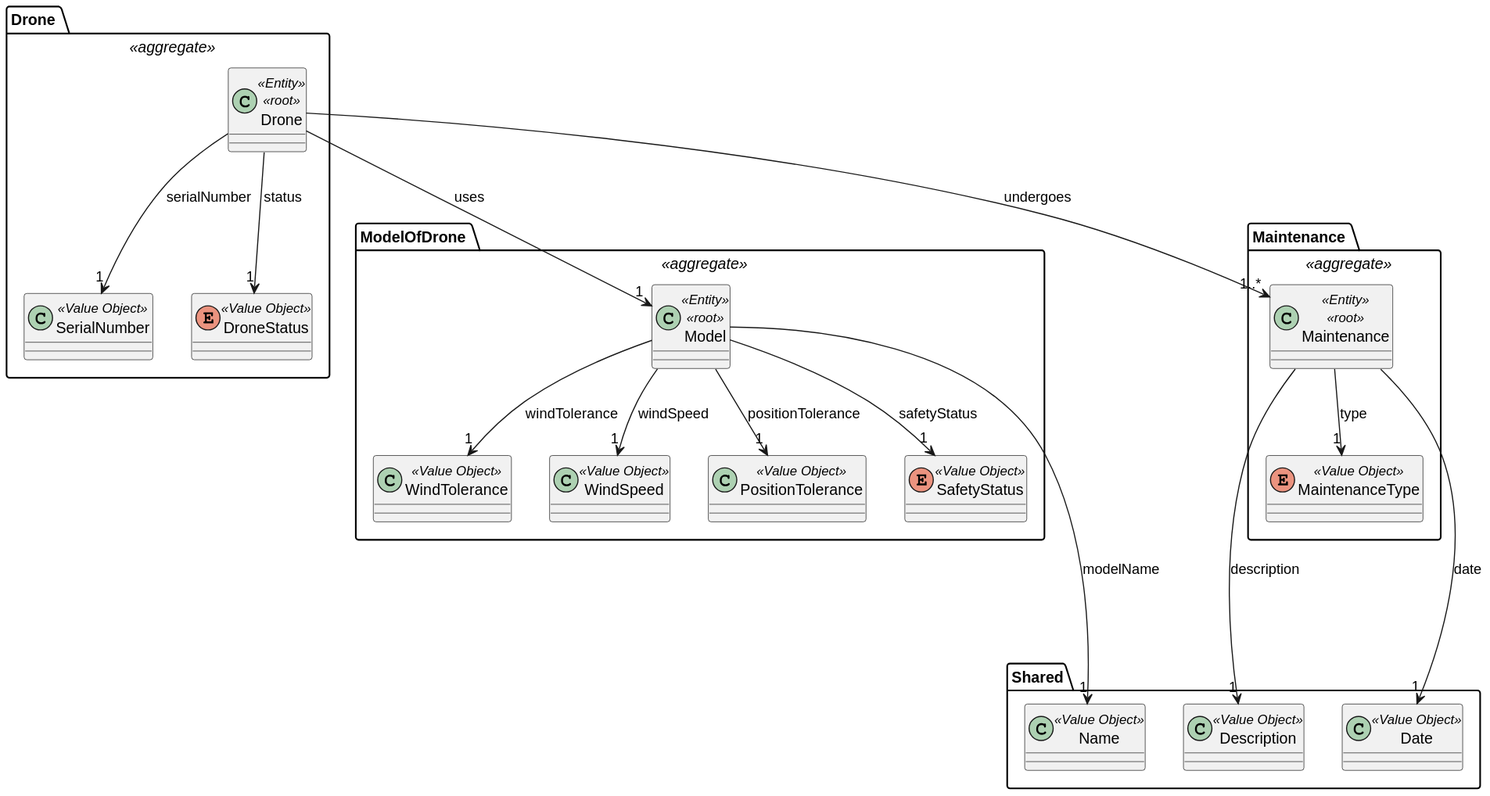
Before: docs/global_artifacts/analysis/images/domain_model_drone.svg, a diagram exported from PlantUML (diogoveirospro/sem4pi-2024-2025-sem4pi_2024_2025_g44).
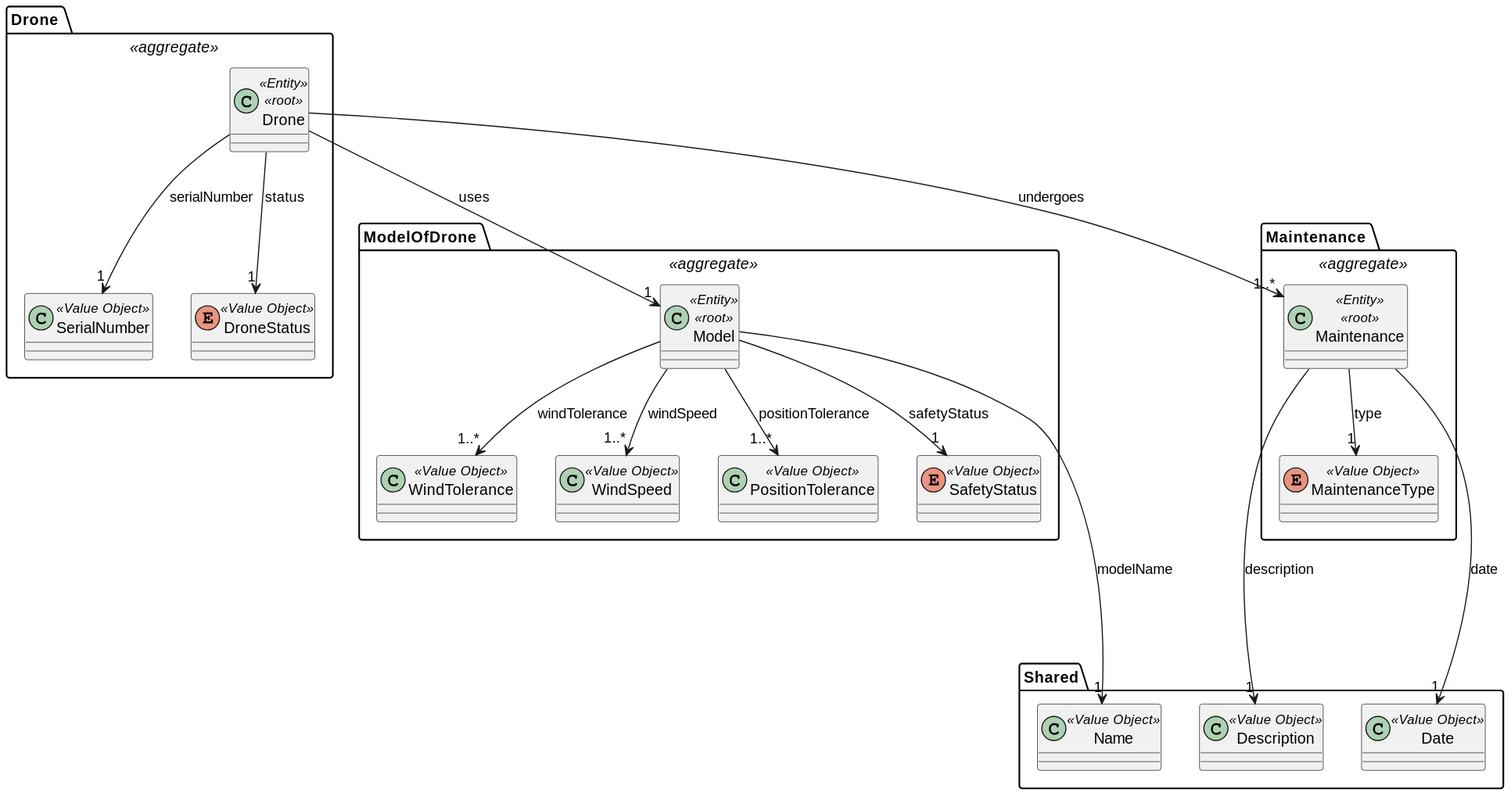
The same diagram one commit later.

The edit, as a diff of the source:
```diff
@@ -31,9 +31,9 @@
     enum SafetyStatus <<Value Object>>{
     }
 
-    Model --> "1" WindTolerance: windTolerance
-    Model --> "1" WindSpeed: windSpeed
-    Model --> "1" PositionTolerance: positionTolerance
+    Model --> "1..*" WindTolerance: windTolerance
+    Model --> "1..*" WindSpeed: windSpeed
+    Model --> "1..*" PositionTolerance: positionTolerance
     Model --> "1" SafetyStatus: safetyStatus
 
     Drone --> "1" Model: uses
```
